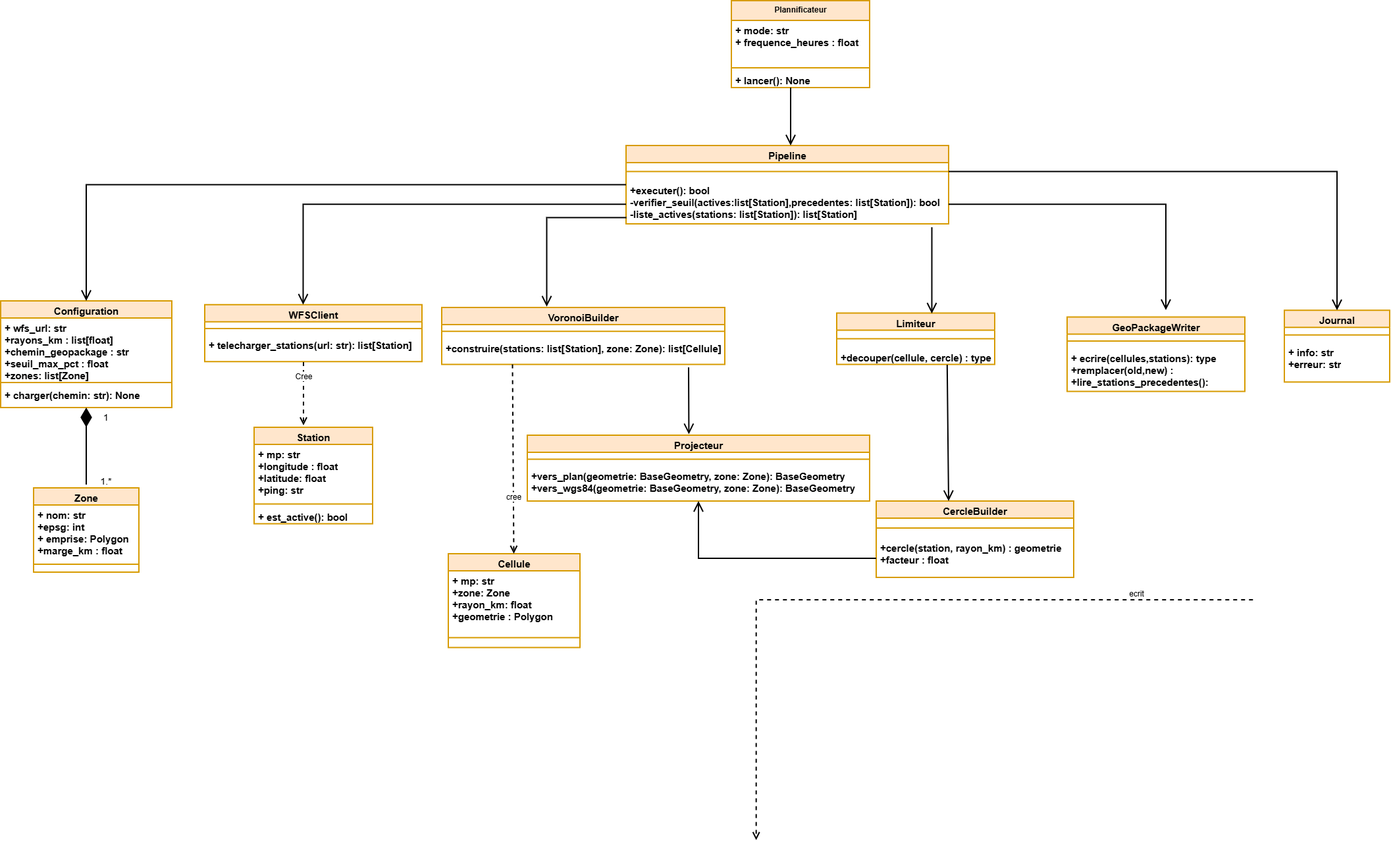
This is Diagramme de classe.png from Akatebra/Projet_Info_Voronoi, a draw.io export, as it was before one commit. Source tidied: cells renumbered, new cells last; positions are measured from the earlier drawing's top-left corner, leaving out a move shared by most shapes.
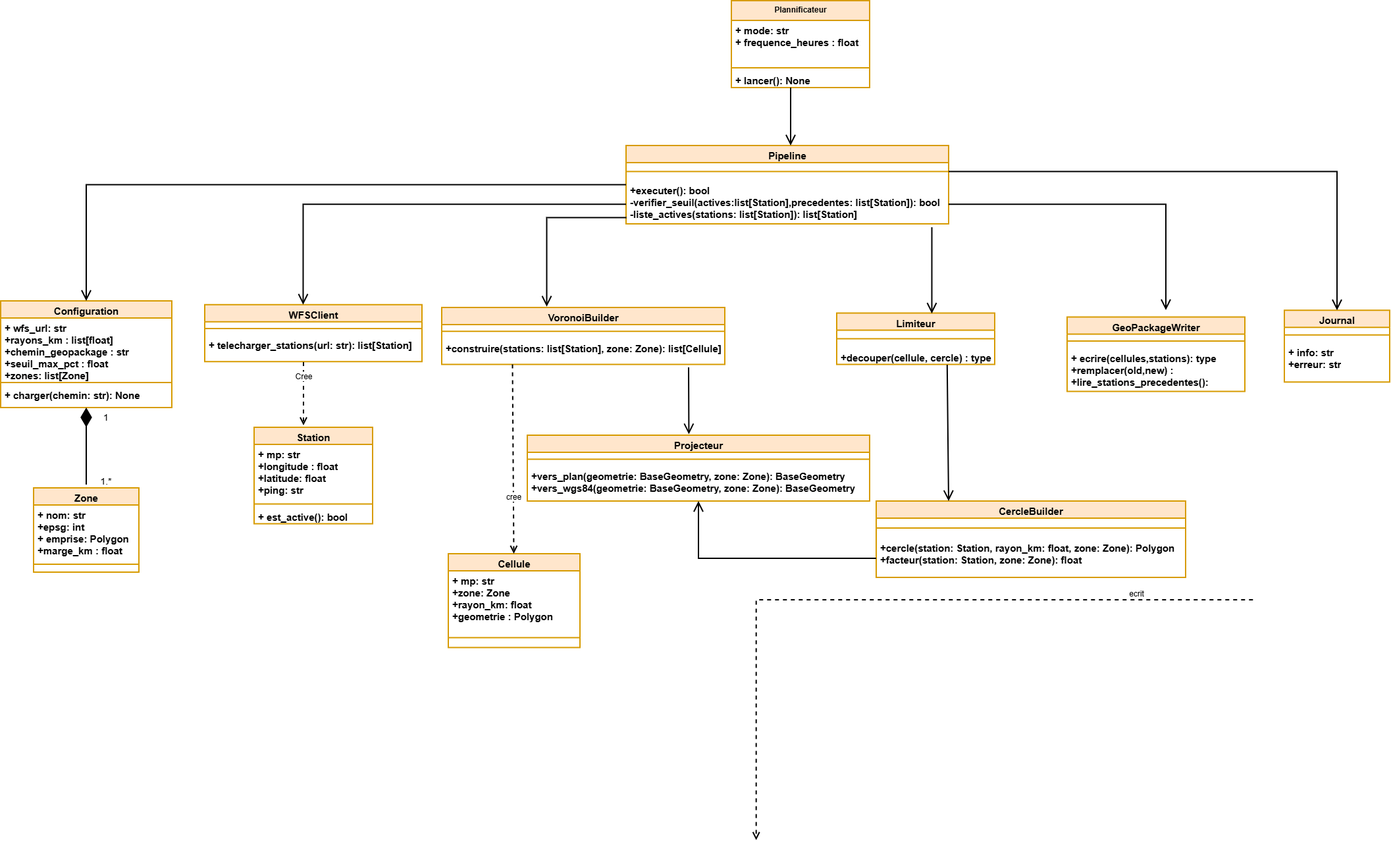
The same diagram one commit later.

Commit message:
Mettre à jour Diagramme de classe.png

What changed in the source:
```diff
@@ -153,13 +153,13 @@
       </mxGeometry>
     </mxCell>
     <mxCell id="48" value="&lt;font style=&quot;font-size: 15px;&quot;&gt;CercleBuilder&lt;/font&gt;" style="swimlane;fontStyle=1;align=center;verticalAlign=top;horizontal=1;startSize=26;whiteSpace=wrap;html=1;strokeWidth=2;fillColor=#ffe6cc;strokeColor=#d79b00;" parent="1" vertex="1">
-      <mxGeometry x="1330" y="760" width="300" height="116" as="geometry" />
+      <mxGeometry x="1330" y="760" width="470" height="116" as="geometry" />
     </mxCell>
     <mxCell id="49" style="line;strokeWidth=2;fillColor=none;align=left;verticalAlign=middle;spacingTop=-1;spacingLeft=3;spacingRight=3;labelPosition=right;strokeColor=inherit;labelPerimeter=1;" parent="48" vertex="1">
-      <mxGeometry y="26" width="300" height="30" as="geometry" />
+      <mxGeometry y="26" width="470" height="30" as="geometry" />
     </mxCell>
-    <mxCell id="50" value="&lt;font style=&quot;font-size: 15px;&quot;&gt;&lt;b&gt;+cercle(station, rayon_km) : geometrie&lt;/b&gt;&lt;/font&gt;&lt;div&gt;&lt;font style=&quot;font-size: 15px;&quot;&gt;&lt;b&gt;+facteur : float&lt;/b&gt;&lt;/font&gt;&lt;/div&gt;" style="text;strokeColor=none;fillColor=none;align=left;verticalAlign=top;spacingLeft=4;spacingRight=4;overflow=hidden;whiteSpace=wrap;html=1;strokeWidth=2;" parent="48" vertex="1">
-      <mxGeometry y="56" width="300" height="60" as="geometry" />
+    <mxCell id="50" value="&lt;font style=&quot;font-size: 15px;&quot;&gt;&lt;b&gt;+&lt;/b&gt;&lt;/font&gt;&lt;span style=&quot;font-size: 15px;&quot;&gt;&lt;b&gt;cercle(station: Station, rayon_km: float, zone: Zone): Polygon&lt;/b&gt;&lt;/span&gt;&lt;div&gt;&lt;font style=&quot;font-size: 15px;&quot;&gt;&lt;b&gt;+&lt;/b&gt;&lt;/font&gt;&lt;span style=&quot;background-color: transparent; font-size: 15px;&quot;&gt;&lt;b&gt;facteur(station: Station, zone: Zone): float&lt;/b&gt;&lt;/span&gt;&lt;/div&gt;" style="text;strokeColor=none;fillColor=none;align=left;verticalAlign=top;spacingLeft=4;spacingRight=4;overflow=hidden;whiteSpace=wrap;html=1;strokeWidth=2;" parent="48" vertex="1">
+      <mxGeometry y="56" width="470" height="60" as="geometry" />
     </mxCell>
     <mxCell id="51" style="endArrow=open;endFill=1;endSize=12;html=1;rounded=0;defaultLabelBackgroundColor=page;labelPadding=0 4;exitX=0.466;exitY=0.993;exitDx=0;exitDy=0;strokeWidth=2;exitPerimeter=0;entryX=0.374;entryY=-0.005;entryDx=0;entryDy=0;entryPerimeter=0;" parent="1" edge="1">
       <mxGeometry relative="1" as="geometry">
```
